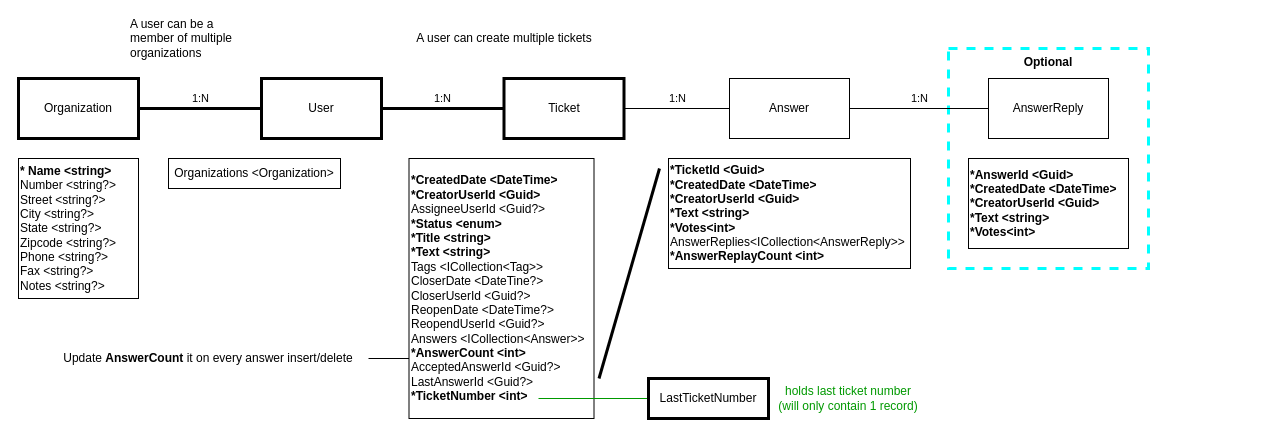
Before: HelpDeskDomainModel.drawio in seanalford/ABP-HelpDesk, a draw.io diagram. Source tidied: cells renumbered, new cells numbered last; positions are measured from the earlier drawing's top-left corner, leaving out a move shared by most shapes. Both pictures are drawn from the tidied source at 100%, with x=0, y=0 at pixel (18, 18).
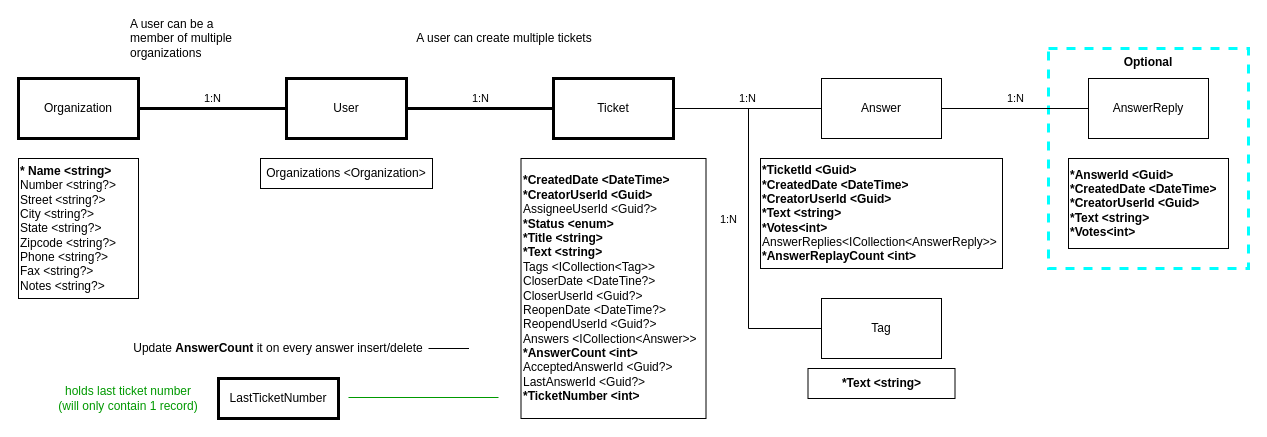
The same diagram, later.

What changed in the source:
```diff
@@
     <mxCell id="2" value="&lt;b&gt;Optional&lt;/b&gt;" style="rounded=0;whiteSpace=wrap;html=1;dashed=1;strokeColor=#00FFFF;horizontal=1;verticalAlign=top;strokeWidth=3;" parent="1" vertex="1">
-      <mxGeometry x="930" y="30" width="200" height="220" as="geometry" />
+      <mxGeometry x="1030" y="30" width="200" height="220" as="geometry" />
     </mxCell>
@@
     <mxCell id="4" value="User" style="rounded=0;whiteSpace=wrap;html=1;strokeWidth=3;" parent="1" vertex="1">
-      <mxGeometry x="243" y="60" width="120" height="60" as="geometry" />
+      <mxGeometry x="268" y="60" width="120" height="60" as="geometry" />
     </mxCell>
+    <mxCell id="25" value="1:N" style="edgeStyle=orthogonalEdgeStyle;rounded=0;jettySize=auto;html=1;exitX=1;exitY=0.5;exitDx=0;exitDy=0;entryX=0;entryY=0.5;entryDx=0;entryDy=0;endArrow=none;endFill=0;" parent="1" edge="1" source="5" target="26">
+      <mxGeometry x="0.01" y="-20" relative="1" as="geometry">
+        <Array as="points">
+          <mxPoint x="730" y="90" />
+          <mxPoint x="730" y="310" />
+        </Array>
+      </mxGeometry>
+    </mxCell>
     <mxCell id="5" value="Ticket" style="rounded=0;whiteSpace=wrap;html=1;strokeWidth=3;" parent="1" vertex="1">
-      <mxGeometry x="485.5" y="60" width="120" height="60" as="geometry" />
+      <mxGeometry x="535" y="60" width="120" height="60" as="geometry" />
     </mxCell>
     <mxCell id="6" value="Answer" style="rounded=0;whiteSpace=wrap;html=1;" parent="1" vertex="1">
-      <mxGeometry x="711" y="60" width="120" height="60" as="geometry" />
+      <mxGeometry x="803" y="60" width="120" height="60" as="geometry" />
     </mxCell>
     <mxCell id="7" value="AnswerReply" style="rounded=0;whiteSpace=wrap;html=1;" parent="1" vertex="1">
-      <mxGeometry x="970" y="60" width="120" height="60" as="geometry" />
+      <mxGeometry x="1070" y="60" width="120" height="60" as="geometry" />
     </mxCell>
@@
     <mxCell id="13" value="&lt;div&gt;Organizations &amp;lt;Organization&amp;gt;&lt;/div&gt;" style="rounded=0;whiteSpace=wrap;html=1;align=center;verticalAlign=middle;" parent="1" vertex="1">
-      <mxGeometry x="150" y="140" width="172" height="30" as="geometry" />
+      <mxGeometry x="242" y="140" width="172" height="30" as="geometry" />
     </mxCell>
     <mxCell id="14" value="&lt;div&gt;&lt;b&gt;*CreatedDate &amp;lt;DateTime&amp;gt;&lt;/b&gt;&lt;br&gt;&lt;/div&gt;&lt;div&gt;&lt;b&gt;*CreatorUserId &amp;lt;Guid&amp;gt;&lt;/b&gt;&lt;/div&gt;&lt;div&gt;AssigneeUserId &amp;lt;Guid?&amp;gt;&lt;/div&gt;&lt;div&gt;&lt;b&gt;*Status &amp;lt;enum&amp;gt;&lt;/b&gt;&lt;/div&gt;&lt;div&gt;&lt;b&gt;*Title &amp;lt;string&amp;gt;&lt;/b&gt;&lt;/div&gt;&lt;div&gt;&lt;b&gt;*Text &amp;lt;string&amp;gt;&lt;/b&gt;&lt;/div&gt;&lt;div&gt;Tags &amp;lt;ICollection&amp;lt;Tag&amp;gt;&amp;gt;&lt;/div&gt;&lt;div&gt;CloserDate &amp;lt;DateTine?&amp;gt;&lt;/div&gt;&lt;div&gt;CloserUserId &amp;lt;Guid?&amp;gt;&lt;/div&gt;&lt;div&gt;ReopenDate &amp;lt;DateTime?&amp;gt;&lt;/div&gt;&lt;div&gt;ReopendUserId &amp;lt;Guid?&amp;gt;&lt;/div&gt;&lt;div&gt;Answers &amp;lt;ICollection&amp;lt;Answer&amp;gt;&amp;gt;&lt;/div&gt;&lt;div&gt;&lt;b&gt;*AnswerCount &amp;lt;int&amp;gt;&lt;/b&gt;&lt;/div&gt;&lt;div&gt;AcceptedAnswerId &amp;lt;Guid?&amp;gt;&lt;/div&gt;&lt;div&gt;LastAnswerId &amp;lt;Guid?&amp;gt;&lt;/div&gt;&lt;div&gt;&lt;b&gt;*TicketNumber &amp;lt;int&amp;gt;&lt;/b&gt;&amp;nbsp;&lt;br&gt;&lt;/div&gt;" style="rounded=0;whiteSpace=wrap;html=1;align=left;verticalAlign=middle;" parent="1" vertex="1">
-      <mxGeometry x="390.5" y="140" width="185" height="260" as="geometry" />
+      <mxGeometry x="502.5" y="140" width="185" height="260" as="geometry" />
     </mxCell>
     <mxCell id="15" value="&lt;div&gt;&lt;b&gt;*TicketId &amp;lt;Guid&amp;gt;&lt;/b&gt;&amp;nbsp;&lt;/div&gt;&lt;div&gt;&lt;b&gt;*CreatedDate &amp;lt;DateTime&amp;gt;&lt;/b&gt;&lt;/div&gt;&lt;div&gt;&lt;b&gt;*CreatorUserId &amp;lt;Guid&amp;gt;&lt;/b&gt;&lt;/div&gt;&lt;div&gt;&lt;b&gt;*Text &amp;lt;string&amp;gt;&lt;/b&gt;&lt;br&gt;&lt;/div&gt;&lt;div&gt;&lt;b&gt;*Votes&amp;lt;int&amp;gt;&lt;/b&gt;&lt;/div&gt;&lt;div&gt;&lt;div&gt;AnswerReplies&amp;lt;ICollection&amp;lt;AnswerReply&amp;gt;&amp;gt;&lt;/div&gt;&lt;div&gt;&lt;b&gt;*AnswerReplayCount &amp;lt;int&amp;gt;&lt;/b&gt;&lt;/div&gt;&lt;/div&gt;" style="rounded=0;whiteSpace=wrap;html=1;align=left;verticalAlign=middle;" parent="1" vertex="1">
-      <mxGeometry x="650" y="140" width="242" height="110" as="geometry" />
+      <mxGeometry x="742" y="140" width="242" height="110" as="geometry" />
     </mxCell>
     <mxCell id="16" value="&lt;div&gt;&lt;b&gt;*AnswerId &amp;lt;Guid&amp;gt;&lt;/b&gt;&amp;nbsp;&lt;/div&gt;&lt;div&gt;&lt;b&gt;*CreatedDate &amp;lt;DateTime&amp;gt;&lt;/b&gt;&lt;/div&gt;&lt;div&gt;&lt;b&gt;*CreatorUserId &amp;lt;Guid&amp;gt;&lt;/b&gt;&lt;/div&gt;&lt;div&gt;&lt;b&gt;*Text &amp;lt;string&amp;gt;&lt;/b&gt;&lt;br&gt;&lt;/div&gt;&lt;div&gt;&lt;b&gt;*Votes&amp;lt;int&amp;gt;&lt;/b&gt;&lt;/div&gt;" style="rounded=0;whiteSpace=wrap;html=1;align=left;verticalAlign=middle;" parent="1" vertex="1">
-      <mxGeometry x="950" y="140" width="160" height="90" as="geometry" />
+      <mxGeometry x="1050" y="140" width="160" height="90" as="geometry" />
     </mxCell>
@@
     <mxCell id="19" value="Update &lt;b&gt;AnswerCount&lt;/b&gt; it on every answer insert/delete" style="text;html=1;strokeColor=none;fillColor=none;align=center;verticalAlign=middle;whiteSpace=wrap;rounded=0;" parent="1" vertex="1">
-      <mxGeometry x="40" y="330" width="300" height="20" as="geometry" />
+      <mxGeometry x="110" y="320" width="300" height="20" as="geometry" />
     </mxCell>
     <mxCell id="20" style="endArrow=none;html=1;entryX=0;entryY=0.5;entryDx=0;entryDy=0;" parent="1" edge="1">
       <mxGeometry y="10" relative="1" as="geometry">
-        <mxPoint x="350" y="340" as="sourcePoint" />
-        <mxPoint x="390.5" y="340" as="targetPoint" />
+        <mxPoint x="410" y="330" as="sourcePoint" />
+        <mxPoint x="450.5" y="330" as="targetPoint" />
       </mxGeometry>
     </mxCell>
-    <mxCell id="21" style="endArrow=none;html=1;exitX=1;exitY=0.5;exitDx=0;exitDy=0;fillColor=#d5e8d4;strokeColor=#009900;" parent="1" edge="1">
+    <mxCell id="21" style="endArrow=none;html=1;fillColor=#d5e8d4;strokeColor=#009900;" parent="1" edge="1">
       <mxGeometry y="10" relative="1" as="geometry">
-        <mxPoint x="520" y="380" as="sourcePoint" />
-        <mxPoint x="630" y="380" as="targetPoint" />
+        <mxPoint x="330" y="379" as="sourcePoint" />
+        <mxPoint x="480" y="379" as="targetPoint" />
       </mxGeometry>
     </mxCell>
     <mxCell id="22" value="holds last ticket number&lt;br&gt;(will only contain 1 record)" style="text;html=1;strokeColor=none;fillColor=none;align=center;verticalAlign=middle;whiteSpace=wrap;rounded=0;fontColor=#009900;" parent="1" vertex="1">
-      <mxGeometry x="750" y="360" width="160" height="40" as="geometry" />
+      <mxGeometry x="30" y="360" width="160" height="40" as="geometry" />
     </mxCell>
     <mxCell id="23" value="LastTicketNumber" style="rounded=0;whiteSpace=wrap;html=1;strokeWidth=3;" parent="1" vertex="1">
-      <mxGeometry x="630" y="360" width="120" height="40" as="geometry" />
+      <mxGeometry x="200" y="360" width="120" height="40" as="geometry" />
     </mxCell>
-    <mxCell id="24" style="endArrow=none;html=1;strokeWidth=3;" parent="1" edge="1">
-      <mxGeometry y="10" relative="1" as="geometry">
-        <mxPoint x="580.5" y="360" as="sourcePoint" />
-        <mxPoint x="641" y="150" as="targetPoint" />
-      </mxGeometry>
-    </mxCell>
+    <mxCell id="26" value="Tag" style="rounded=0;whiteSpace=wrap;html=1;" parent="1" vertex="1">
+      <mxGeometry x="803" y="280" width="120" height="60" as="geometry" />
+    </mxCell>
+    <mxCell id="27" value="&lt;div&gt;&lt;b&gt;*Text &amp;lt;string&amp;gt;&lt;/b&gt;&lt;/div&gt;" style="rounded=0;whiteSpace=wrap;html=1;align=center;verticalAlign=middle;" parent="1" vertex="1">
+      <mxGeometry x="789.5" y="350" width="147" height="30" as="geometry" />
+    </mxCell>
```
